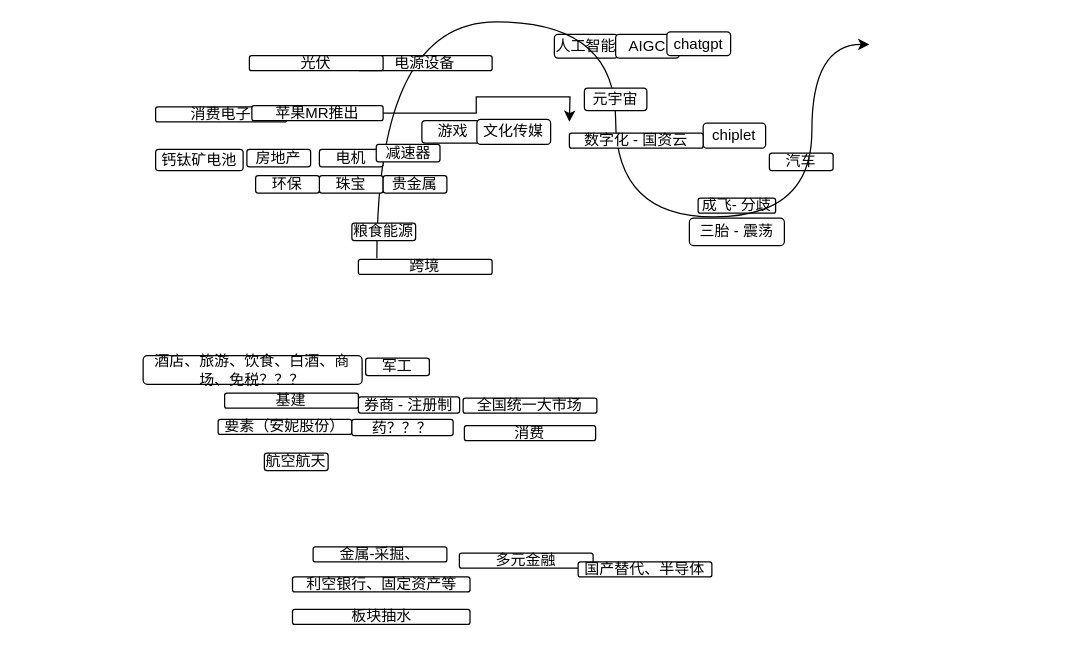
This is menus/每日头脑风暴.drawio from Asamiyaa/microservice-k8s-yun, a draw.io file, before an edit. Source tidied: cells renumbered, new cells numbered last; positions are measured from the earlier drawing's top-left corner, leaving out a move shared by most shapes. Both pictures are drawn from the tidied source at 125%, with x=0, y=0 at pixel (142, 21).
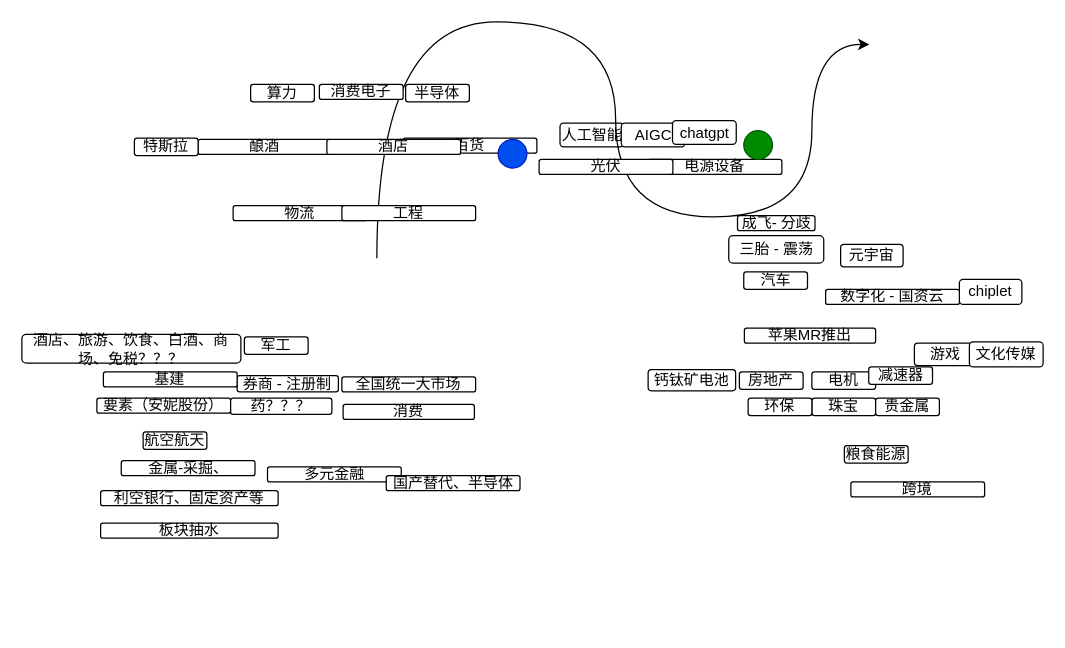
The same page after the edit.

Commit message:
更新每日头脑风暴.drawio

The edit, as a diff of the source:
```diff
@@
     <mxCell id="2" value="人工智能" style="rounded=1;whiteSpace=wrap;html=1;" parent="1" vertex="1">
-      <mxGeometry x="329" y="10" width="51" height="19" as="geometry" />
+      <mxGeometry x="333.5" y="81" width="51" height="19" as="geometry" />
     </mxCell>
     <mxCell id="3" value="成飞- 分歧" style="rounded=1;whiteSpace=wrap;html=1;" parent="1" vertex="1">
-      <mxGeometry x="444" y="141" width="62" height="12" as="geometry" />
+      <mxGeometry x="475.5" y="155" width="62" height="12" as="geometry" />
     </mxCell>
     <mxCell id="4" value="三胎 - 震荡" style="rounded=1;whiteSpace=wrap;html=1;" parent="1" vertex="1">
-      <mxGeometry x="437" y="157" width="76" height="22" as="geometry" />
+      <mxGeometry x="468.5" y="171" width="76" height="22" as="geometry" />
     </mxCell>
     <mxCell id="5" value="汽车" style="rounded=1;whiteSpace=wrap;html=1;" parent="1" vertex="1">
-      <mxGeometry x="501" y="105" width="51" height="14" as="geometry" />
+      <mxGeometry x="480.5" y="200" width="51" height="14" as="geometry" />
     </mxCell>
@@
     <mxCell id="7" value="券商 - 注册制" style="rounded=1;whiteSpace=wrap;html=1;" parent="1" vertex="1">
-      <mxGeometry x="172.2" y="300" width="81" height="13" as="geometry" />
+      <mxGeometry x="75.2" y="283" width="81" height="13" as="geometry" />
     </mxCell>
     <mxCell id="8" value="金属-采掘、" style="rounded=1;whiteSpace=wrap;html=1;" parent="1" vertex="1">
-      <mxGeometry x="136" y="420" width="107" height="12" as="geometry" />
+      <mxGeometry x="-17.5" y="351" width="107" height="12" as="geometry" />
     </mxCell>
     <mxCell id="9" value="chiplet" style="rounded=1;whiteSpace=wrap;html=1;" parent="1" vertex="1">
-      <mxGeometry x="448" y="81" width="50" height="20" as="geometry" />
+      <mxGeometry x="653" y="206" width="50" height="20" as="geometry" />
     </mxCell>
     <mxCell id="10" value="游戏" style="rounded=1;whiteSpace=wrap;html=1;" parent="1" vertex="1">
-      <mxGeometry x="223" y="79" width="50" height="18" as="geometry" />
+      <mxGeometry x="617" y="257" width="50" height="18" as="geometry" />
     </mxCell>
     <mxCell id="11" value="酒店、旅游、饮食、白酒、商场、免税？？？" style="rounded=1;whiteSpace=wrap;html=1;" parent="1" vertex="1">
-      <mxGeometry y="267" width="175.2" height="23" as="geometry" />
+      <mxGeometry x="-97" y="250" width="175.2" height="23" as="geometry" />
     </mxCell>
     <mxCell id="12" value="要素（安妮股份）" style="rounded=1;whiteSpace=wrap;html=1;" parent="1" vertex="1">
-      <mxGeometry x="60" y="318" width="107" height="12" as="geometry" />
+      <mxGeometry x="-37" y="301" width="107" height="12" as="geometry" />
     </mxCell>
     <mxCell id="13" value="全国统一大市场" style="rounded=1;whiteSpace=wrap;html=1;" parent="1" vertex="1">
-      <mxGeometry x="256" y="301" width="107" height="12" as="geometry" />
+      <mxGeometry x="159" y="284" width="107" height="12" as="geometry" />
     </mxCell>
     <mxCell id="14" value="多元金融" style="rounded=1;whiteSpace=wrap;html=1;" parent="1" vertex="1">
-      <mxGeometry x="253" y="425" width="107" height="12" as="geometry" />
+      <mxGeometry x="99.5" y="356" width="107" height="12" as="geometry" />
     </mxCell>
     <mxCell id="15" value="跨境" style="rounded=1;whiteSpace=wrap;html=1;" parent="1" vertex="1">
-      <mxGeometry x="172.2" y="190" width="107" height="12" as="geometry" />
+      <mxGeometry x="566.2" y="368" width="107" height="12" as="geometry" />
     </mxCell>
     <mxCell id="16" value="国产替代、半导体" style="rounded=1;whiteSpace=wrap;html=1;" parent="1" vertex="1">
-      <mxGeometry x="348" y="432" width="107" height="12" as="geometry" />
+      <mxGeometry x="194.5" y="363" width="107" height="12" as="geometry" />
     </mxCell>
     <mxCell id="17" value="数字化 - 国资云" style="rounded=1;whiteSpace=wrap;html=1;" parent="1" vertex="1">
-      <mxGeometry x="341" y="89" width="107" height="12" as="geometry" />
+      <mxGeometry x="546" y="214" width="107" height="12" as="geometry" />
     </mxCell>
     <mxCell id="18" value="基建" style="rounded=1;whiteSpace=wrap;html=1;" parent="1" vertex="1">
-      <mxGeometry x="65.2" y="297" width="107" height="12" as="geometry" />
+      <mxGeometry x="-31.8" y="280" width="107" height="12" as="geometry" />
     </mxCell>
     <mxCell id="19" value="消费" style="rounded=1;whiteSpace=wrap;html=1;" parent="1" vertex="1">
-      <mxGeometry x="257" y="323" width="105" height="12" as="geometry" />
+      <mxGeometry x="160" y="306" width="105" height="12" as="geometry" />
     </mxCell>
     <mxCell id="20" value="利空银行、固定资产等" style="rounded=1;whiteSpace=wrap;html=1;" parent="1" vertex="1">
-      <mxGeometry x="119.5" y="444" width="142" height="12" as="geometry" />
+      <mxGeometry x="-34" y="375" width="142" height="12" as="geometry" />
     </mxCell>
     <mxCell id="21" value="板块抽水" style="rounded=1;whiteSpace=wrap;html=1;" parent="1" vertex="1">
-      <mxGeometry x="119.5" y="470" width="142" height="12" as="geometry" />
+      <mxGeometry x="-34" y="401" width="142" height="12" as="geometry" />
     </mxCell>
     <mxCell id="22" value="元宇宙" style="rounded=1;whiteSpace=wrap;html=1;" parent="1" vertex="1">
-      <mxGeometry x="353" y="53" width="50" height="18" as="geometry" />
+      <mxGeometry x="558" y="178" width="50" height="18" as="geometry" />
     </mxCell>
     <mxCell id="23" value="消费电子" style="rounded=1;whiteSpace=wrap;html=1;" parent="1" vertex="1">
-      <mxGeometry x="10" y="68" width="105" height="12" as="geometry" />
+      <mxGeometry x="141" y="50" width="67" height="12" as="geometry" />
     </mxCell>
     <mxCell id="24" value="药？？？" style="rounded=1;whiteSpace=wrap;html=1;" parent="1" vertex="1">
-      <mxGeometry x="167" y="318" width="81" height="13" as="geometry" />
+      <mxGeometry x="70" y="301" width="81" height="13" as="geometry" />
     </mxCell>
     <mxCell id="25" value="航空航天" style="rounded=1;whiteSpace=wrap;html=1;" parent="1" vertex="1">
-      <mxGeometry x="97" y="345" width="51" height="14" as="geometry" />
+      <mxGeometry y="328" width="51" height="14" as="geometry" />
     </mxCell>
     <mxCell id="26" value="电源设备" style="rounded=1;whiteSpace=wrap;html=1;" parent="1" vertex="1">
-      <mxGeometry x="172.2" y="27" width="107" height="12" as="geometry" />
+      <mxGeometry x="404" y="110" width="107" height="12" as="geometry" />
     </mxCell>
     <mxCell id="27" value="军工" style="rounded=1;whiteSpace=wrap;html=1;" parent="1" vertex="1">
-      <mxGeometry x="178" y="269" width="51" height="14" as="geometry" />
+      <mxGeometry x="81" y="252" width="51" height="14" as="geometry" />
     </mxCell>
     <mxCell id="28" value="粮食能源" style="rounded=1;whiteSpace=wrap;html=1;" parent="1" vertex="1">
-      <mxGeometry x="167" y="161" width="51" height="14" as="geometry" />
+      <mxGeometry x="561" y="339" width="51" height="14" as="geometry" />
     </mxCell>
     <mxCell id="29" value="AIGC" style="rounded=1;whiteSpace=wrap;html=1;" parent="1" vertex="1">
-      <mxGeometry x="378" y="10" width="51" height="19" as="geometry" />
+      <mxGeometry x="382.5" y="81" width="51" height="19" as="geometry" />
     </mxCell>
     <mxCell id="30" value="chatgpt" style="rounded=1;whiteSpace=wrap;html=1;" parent="1" vertex="1">
-      <mxGeometry x="419" y="8" width="51" height="19" as="geometry" />
+      <mxGeometry x="423.5" y="79" width="51" height="19" as="geometry" />
     </mxCell>
     <mxCell id="31" value="房地产" style="rounded=1;whiteSpace=wrap;html=1;" parent="1" vertex="1">
-      <mxGeometry x="83" y="102" width="51" height="14" as="geometry" />
+      <mxGeometry x="477" y="280" width="51" height="14" as="geometry" />
     </mxCell>
     <mxCell id="32" value="电机" style="rounded=1;whiteSpace=wrap;html=1;" parent="1" vertex="1">
-      <mxGeometry x="141" y="102" width="51" height="14" as="geometry" />
+      <mxGeometry x="535" y="280" width="51" height="14" as="geometry" />
     </mxCell>
     <mxCell id="33" value="钙钛矿电池" style="rounded=1;whiteSpace=wrap;html=1;" parent="1" vertex="1">
-      <mxGeometry x="10" y="102" width="70" height="17" as="geometry" />
+      <mxGeometry x="404" y="278.1" width="70" height="17" as="geometry" />
     </mxCell>
     <mxCell id="34" value="珠宝" style="rounded=1;whiteSpace=wrap;html=1;" parent="1" vertex="1">
-      <mxGeometry x="141" y="123" width="51" height="14" as="geometry" />
+      <mxGeometry x="535" y="301" width="51" height="14" as="geometry" />
     </mxCell>
     <mxCell id="35" value="环保" style="rounded=1;whiteSpace=wrap;html=1;" parent="1" vertex="1">
-      <mxGeometry x="90" y="123" width="51" height="14" as="geometry" />
+      <mxGeometry x="484" y="301" width="51" height="14" as="geometry" />
     </mxCell>
     <mxCell id="36" value="文化传媒" style="rounded=1;whiteSpace=wrap;html=1;" parent="1" vertex="1">
-      <mxGeometry x="267" y="78" width="59" height="20" as="geometry" />
+      <mxGeometry x="661" y="256" width="59" height="20" as="geometry" />
     </mxCell>
     <mxCell id="37" value="减速器" style="rounded=1;whiteSpace=wrap;html=1;" parent="1" vertex="1">
-      <mxGeometry x="186.5" y="98" width="51" height="14" as="geometry" />
+      <mxGeometry x="580.5" y="276" width="51" height="14" as="geometry" />
     </mxCell>
     <mxCell id="38" value="贵金属" style="rounded=1;whiteSpace=wrap;html=1;" parent="1" vertex="1">
-      <mxGeometry x="192" y="123" width="51" height="14" as="geometry" />
+      <mxGeometry x="586" y="301" width="51" height="14" as="geometry" />
     </mxCell>
-    <mxCell id="39" style="edgeStyle=orthogonalEdgeStyle;rounded=0;jettySize=auto;html=1;exitX=1;exitY=0.5;exitDx=0;exitDy=0;" parent="1" edge="1" source="40">
-      <mxGeometry relative="1" as="geometry">
-        <mxPoint x="341" y="80" as="targetPoint" />
-      </mxGeometry>
-    </mxCell>
     <mxCell id="40" value="苹果MR推出" style="rounded=1;whiteSpace=wrap;html=1;" parent="1" vertex="1">
-      <mxGeometry x="87" y="67" width="105" height="12" as="geometry" />
+      <mxGeometry x="481" y="245" width="105" height="12" as="geometry" />
     </mxCell>
     <mxCell id="41" value="光伏" style="rounded=1;whiteSpace=wrap;html=1;" parent="1" vertex="1">
-      <mxGeometry x="85" y="27" width="107" height="12" as="geometry" />
+      <mxGeometry x="316.8" y="110" width="107" height="12" as="geometry" />
     </mxCell>
+    <mxCell id="42" value="算力" style="rounded=1;whiteSpace=wrap;html=1;" parent="1" vertex="1">
+      <mxGeometry x="86" y="50" width="51" height="14" as="geometry" />
+    </mxCell>
+    <mxCell id="43" value="百货" style="rounded=1;whiteSpace=wrap;html=1;" parent="1" vertex="1">
+      <mxGeometry x="208" y="93" width="107" height="12" as="geometry" />
+    </mxCell>
+    <mxCell id="44" value="物流" style="rounded=1;whiteSpace=wrap;html=1;" parent="1" vertex="1">
+      <mxGeometry x="72" y="147" width="107" height="12" as="geometry" />
+    </mxCell>
+    <mxCell id="45" value="酿酒" style="rounded=1;whiteSpace=wrap;html=1;" parent="1" vertex="1">
+      <mxGeometry x="44" y="94" width="107" height="12" as="geometry" />
+    </mxCell>
+    <mxCell id="46" value="酒店" style="rounded=1;whiteSpace=wrap;html=1;" parent="1" vertex="1">
+      <mxGeometry x="147" y="94" width="107" height="12" as="geometry" />
+    </mxCell>
+    <mxCell id="47" value="半导体" style="rounded=1;whiteSpace=wrap;html=1;" parent="1" vertex="1">
+      <mxGeometry x="210" y="50" width="51" height="14" as="geometry" />
+    </mxCell>
+    <mxCell id="48" value="工程" style="rounded=1;whiteSpace=wrap;html=1;" parent="1" vertex="1">
+      <mxGeometry x="159" y="147" width="107" height="12" as="geometry" />
+    </mxCell>
+    <mxCell id="49" style="ellipse;whiteSpace=wrap;html=1;strokeColor=#001DBC;fillColor=#0050ef;fontColor=#ffffff;" parent="1" vertex="1">
+      <mxGeometry x="284" y="94" width="23" height="23" as="geometry" />
+    </mxCell>
+    <mxCell id="50" style="ellipse;whiteSpace=wrap;html=1;fillColor=#008a00;fontColor=#ffffff;strokeColor=#005700;" parent="1" vertex="1">
+      <mxGeometry x="480.5" y="87" width="23" height="23" as="geometry" />
+    </mxCell>
+    <mxCell id="51" value="特斯拉" style="rounded=1;whiteSpace=wrap;html=1;" parent="1" vertex="1">
+      <mxGeometry x="-7" y="93" width="51" height="14" as="geometry" />
+    </mxCell>
```
